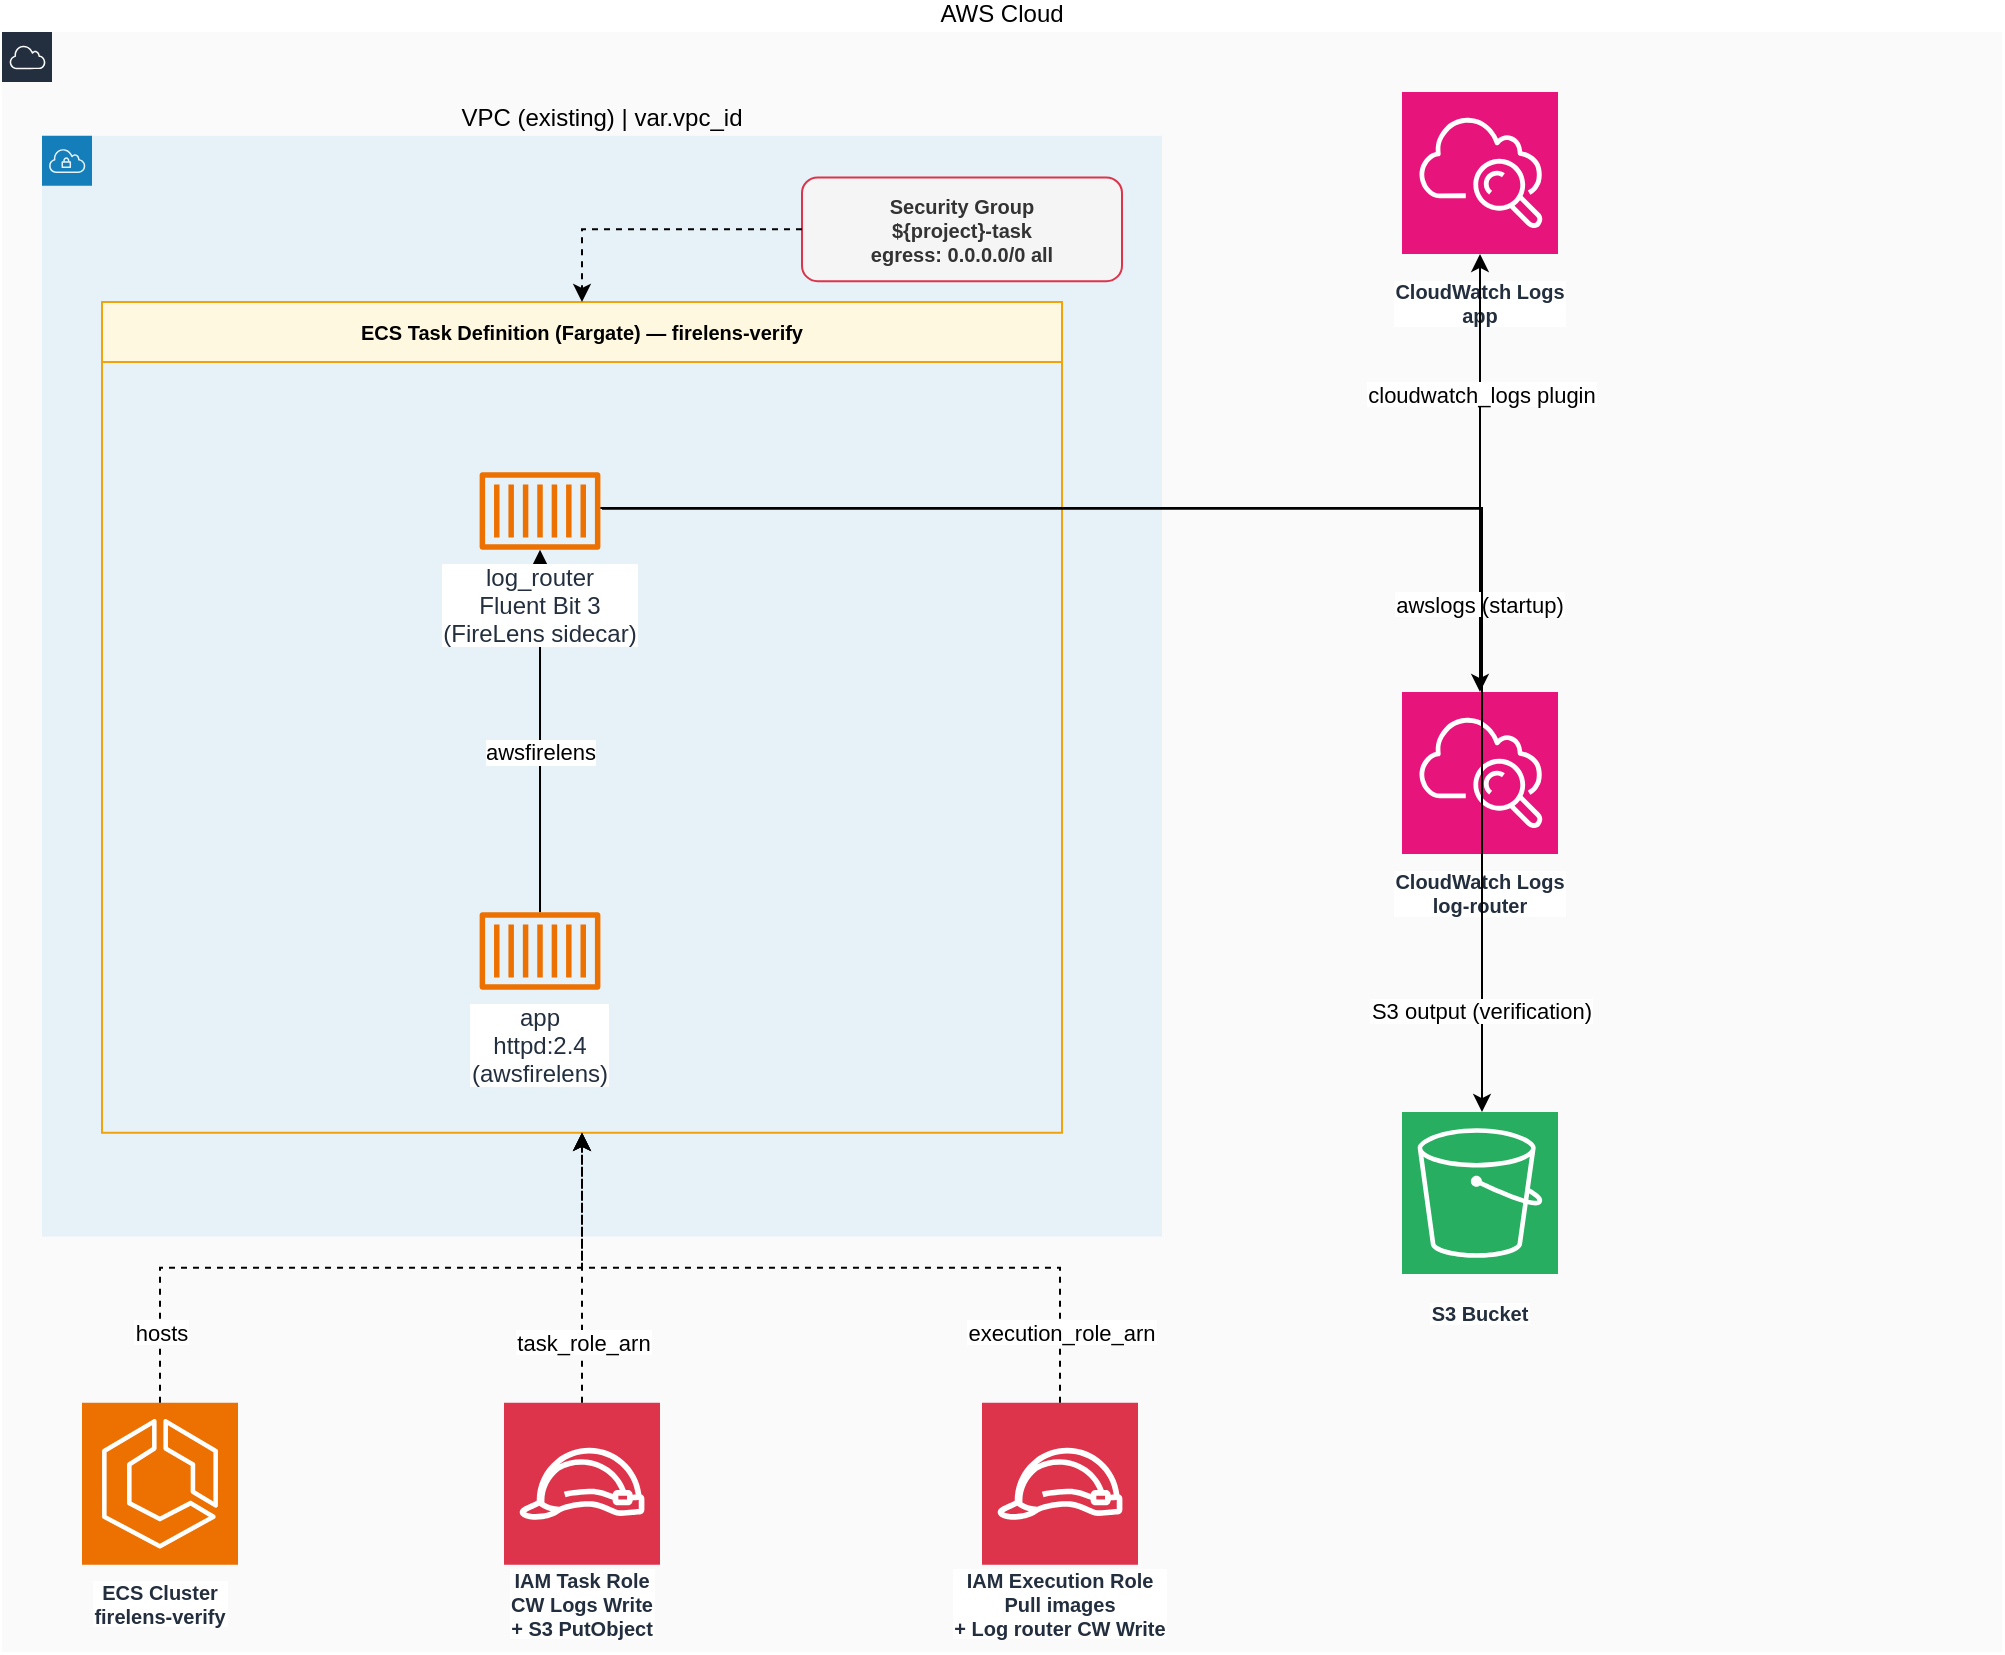
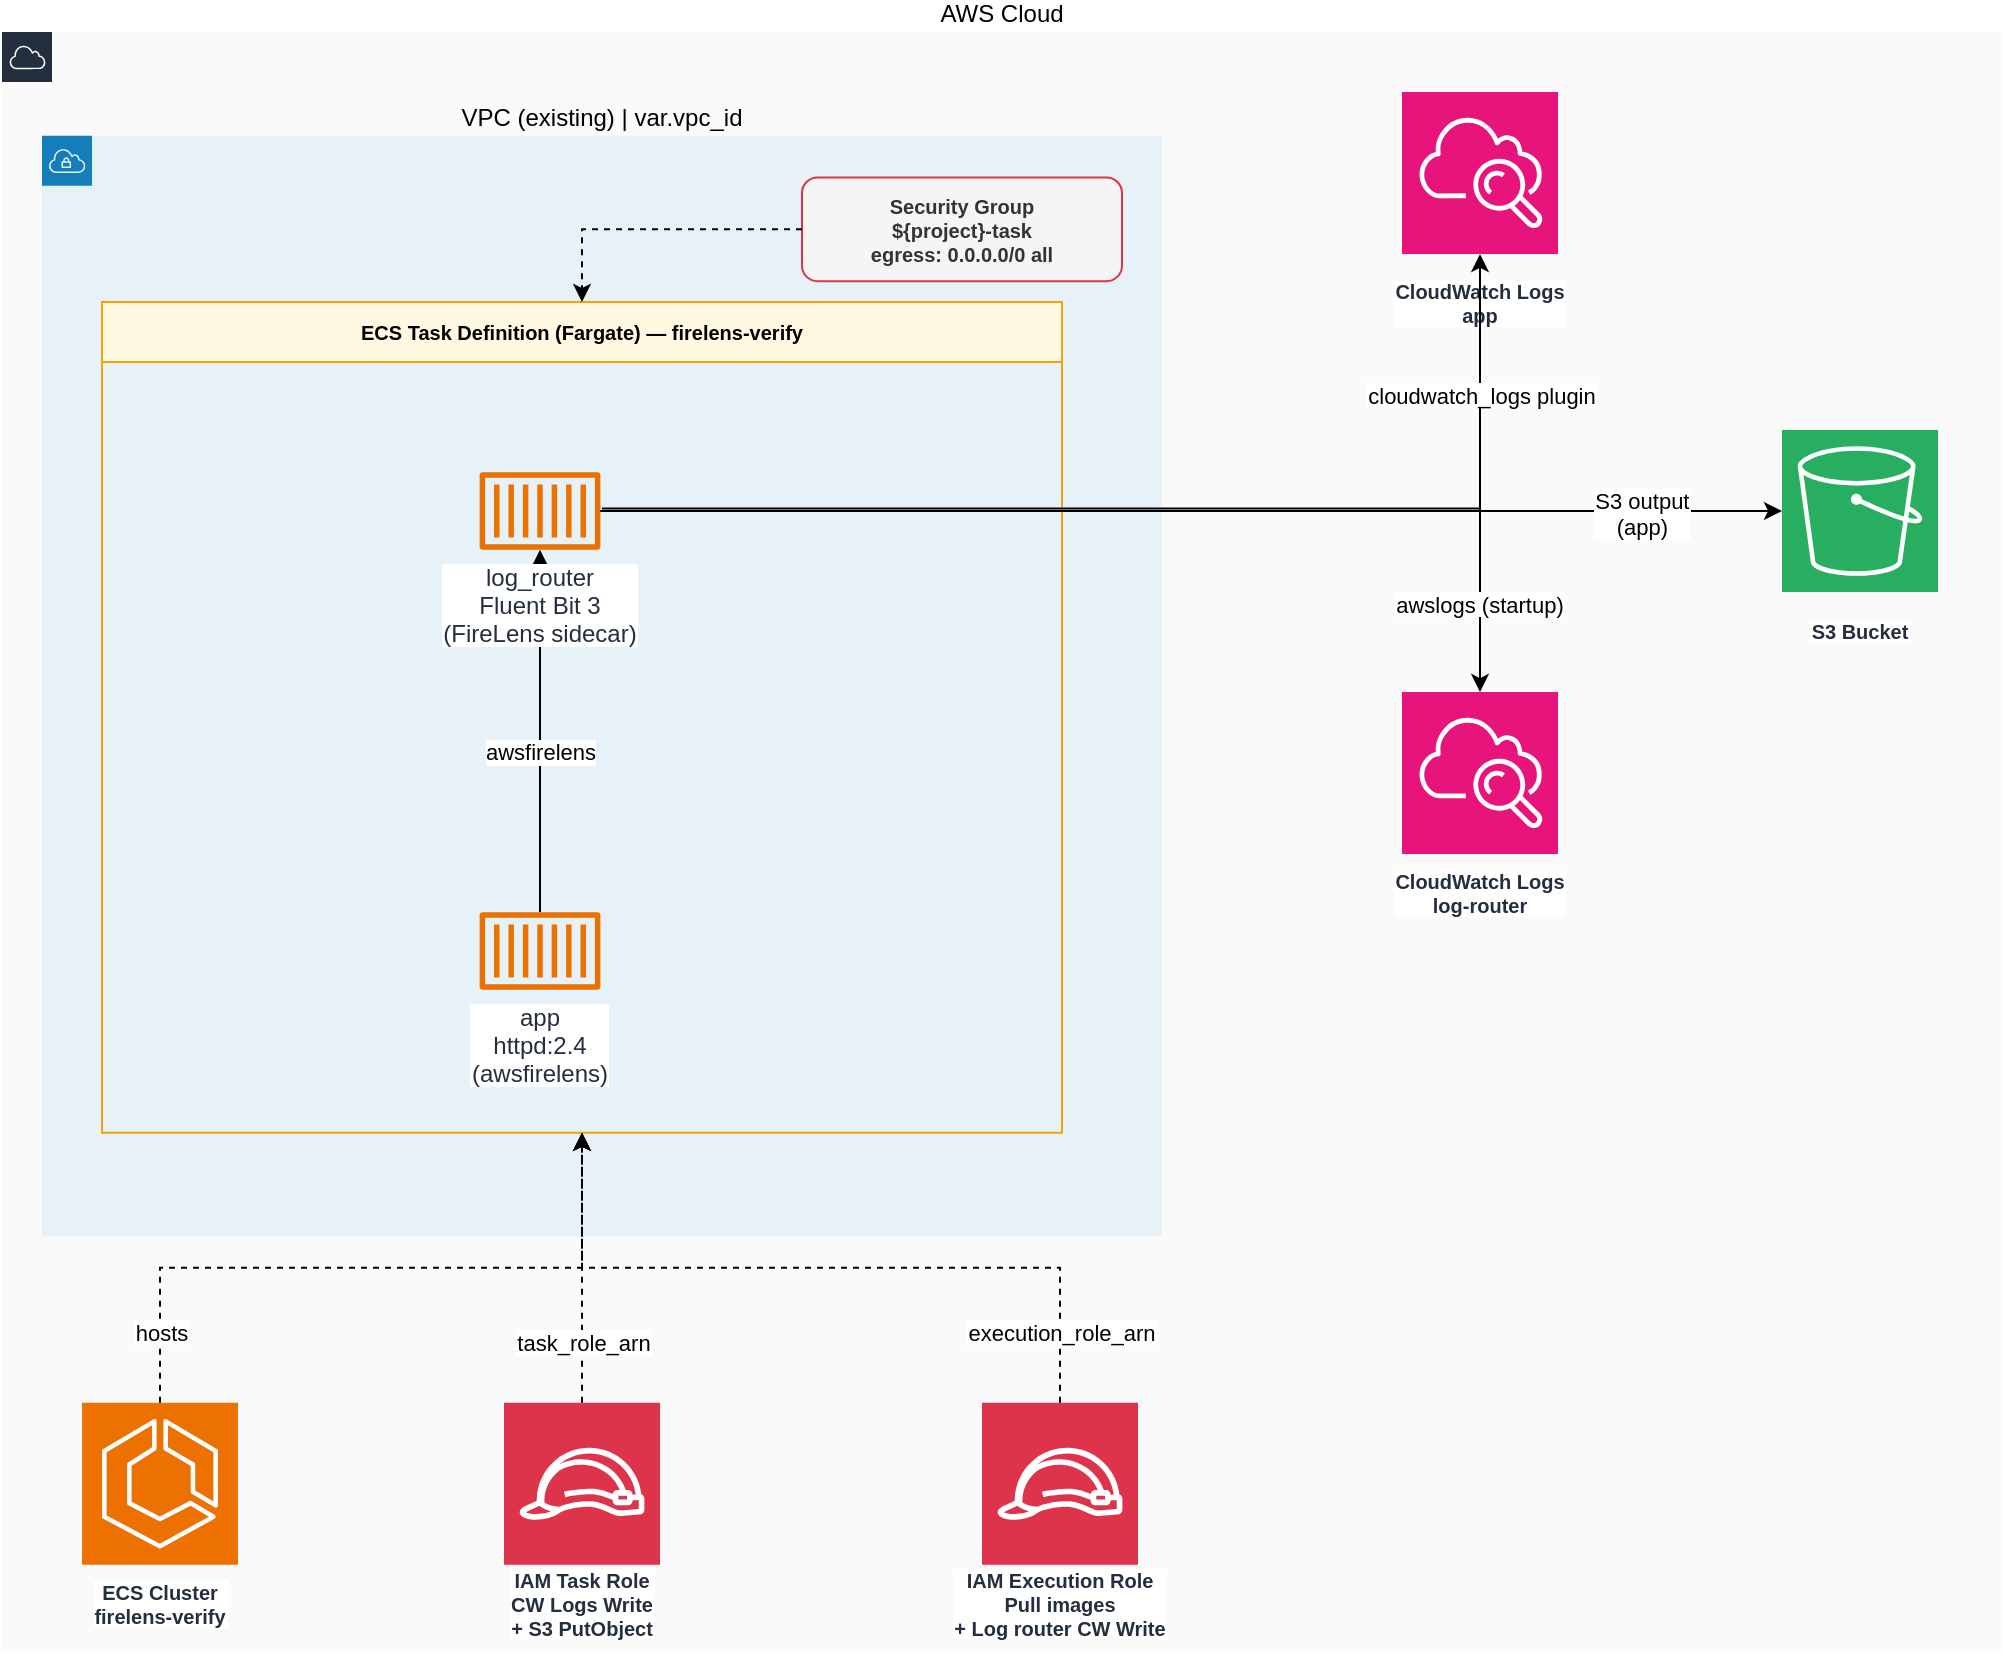
<mxfile host="65bd71144e">
    <diagram id="M9mVXk2_yEFTGEjhuk5M" name="ページ1">
-         <mxGraphModel dx="802" dy="513" grid="1" gridSize="10" guides="1" tooltips="1" connect="1" arrows="1" fold="1" page="1" pageScale="1" pageWidth="1169" pageHeight="827" math="0" shadow="0">
+         <mxGraphModel dx="482" dy="333" grid="1" gridSize="10" guides="1" tooltips="1" connect="1" arrows="1" fold="1" page="1" pageScale="1" pageWidth="1169" pageHeight="827" math="0" shadow="0">
            <root>
                <mxCell id="0"/>
                <mxCell id="1" parent="0"/>
                <mxCell id="aws_cloud" value="AWS Cloud" style="points=[[0,0],[0.25,0],[0.5,0],[0.75,0],[1,0],[1,0.25],[1,0.5],[1,0.75],[1,1],[0.75,1],[0.5,1],[0.25,1],[0,1],[0,0.75],[0,0.5],[0,0.25]];shape=mxgraph.aws4.group;grIcon=mxgraph.aws4.group_aws_cloud;grStroke=0;verticalLabelPosition=top;verticalAlign=bottom;fillColor=#FAFAFA;strokeColor=#232F3E;" parent="1" vertex="1">
                    <mxGeometry x="160" y="20" width="1000" height="810" as="geometry"/>
                </mxCell>
                <mxCell id="vpc" value="VPC (existing)  |  var.vpc_id" style="points=[[0,0],[0.25,0],[0.5,0],[0.75,0],[1,0],[1,0.25],[1,0.5],[1,0.75],[1,1],[0.75,1],[0.5,1],[0.25,1],[0,1],[0,0.75],[0,0.5],[0,0.25]];shape=mxgraph.aws4.group;grIcon=mxgraph.aws4.group_vpc;grStroke=0;verticalLabelPosition=top;verticalAlign=bottom;fillColor=#E6F2F8;strokeColor=#147EBA;" parent="aws_cloud" vertex="1">
                    <mxGeometry x="20" y="51.92307692307693" width="560" height="550.3846153846155" as="geometry"/>
                </mxCell>
                <mxCell id="sg_task" value="Security Group&#xa;${project}-task&#xa;egress: 0.0.0.0/0 all" style="rounded=1;whiteSpace=wrap;html=0;fillColor=#f5f5f5;strokeColor=#DD344C;fontColor=#333333;fontStyle=1;fontSize=10;" parent="vpc" vertex="1">
                    <mxGeometry x="380" y="20.76923076923077" width="160" height="51.92307692307693" as="geometry"/>
                </mxCell>
                <mxCell id="ecs_task_group" value="ECS Task Definition (Fargate) — firelens-verify" style="swimlane;startSize=30;fillColor=#fff8e1;strokeColor=#f0a30a;fontStyle=1;fontSize=10;" parent="vpc" vertex="1">
                    <mxGeometry x="30" y="83.07692307692308" width="480" height="415.3846153846154" as="geometry">
                        <mxRectangle x="30" y="80" width="250" height="30" as="alternateBounds"/>
                    </mxGeometry>
                </mxCell>
-                 <mxCell id="6" style="edgeStyle=none;html=1;" edge="1" parent="ecs_task_group" source="2" target="3">
+                 <mxCell id="6" style="edgeStyle=none;html=1;" parent="ecs_task_group" source="2" target="3" edge="1">
                    <mxGeometry relative="1" as="geometry"/>
                </mxCell>
-                 <mxCell id="7" value="&lt;span style=&quot;color: rgb(0, 0, 0);&quot;&gt;awsfirelens&lt;/span&gt;" style="edgeLabel;html=1;align=center;verticalAlign=middle;resizable=0;points=[];" vertex="1" connectable="0" parent="6">
+                 <mxCell id="7" value="&lt;span style=&quot;color: rgb(0, 0, 0);&quot;&gt;awsfirelens&lt;/span&gt;" style="edgeLabel;html=1;align=center;verticalAlign=middle;resizable=0;points=[];" parent="6" vertex="1" connectable="0">
                    <mxGeometry x="0.1931" relative="1" as="geometry">
                        <mxPoint y="28" as="offset"/>
                    </mxGeometry>
                </mxCell>
-                 <mxCell id="2" value="app&#xa;httpd:2.4&#xa;(awsfirelens)" style="sketch=0;outlineConnect=0;fontColor=#232F3E;gradientColor=none;fillColor=#ED7100;strokeColor=default;dashed=0;verticalLabelPosition=bottom;verticalAlign=top;align=center;fontSize=12;fontStyle=0;aspect=fixed;pointerEvents=1;shape=mxgraph.aws4.container_1;shadow=0;labelBackgroundColor=default;" vertex="1" parent="ecs_task_group">
+                 <mxCell id="2" value="app&#xa;httpd:2.4&#xa;(awsfirelens)" style="sketch=0;outlineConnect=0;fontColor=#232F3E;gradientColor=none;fillColor=#ED7100;strokeColor=default;dashed=0;verticalLabelPosition=bottom;verticalAlign=top;align=center;fontSize=12;fontStyle=0;aspect=fixed;pointerEvents=1;shape=mxgraph.aws4.container_1;shadow=0;labelBackgroundColor=default;" parent="ecs_task_group" vertex="1">
                    <mxGeometry x="188.81" y="305" width="60.39" height="39" as="geometry"/>
                </mxCell>
-                 <mxCell id="3" value="log_router&#xa;Fluent Bit 3&#xa;(FireLens sidecar)" style="sketch=0;outlineConnect=0;fontColor=#232F3E;gradientColor=none;fillColor=#ED7100;strokeColor=default;dashed=0;verticalLabelPosition=bottom;verticalAlign=top;align=center;fontSize=12;fontStyle=0;aspect=fixed;pointerEvents=1;shape=mxgraph.aws4.container_1;shadow=0;labelBackgroundColor=default;" vertex="1" parent="ecs_task_group">
+                 <mxCell id="3" value="log_router&#xa;Fluent Bit 3&#xa;(FireLens sidecar)" style="sketch=0;outlineConnect=0;fontColor=#232F3E;gradientColor=none;fillColor=#ED7100;strokeColor=default;dashed=0;verticalLabelPosition=bottom;verticalAlign=top;align=center;fontSize=12;fontStyle=0;aspect=fixed;pointerEvents=1;shape=mxgraph.aws4.container_1;shadow=0;labelBackgroundColor=default;" parent="ecs_task_group" vertex="1">
                    <mxGeometry x="188.81" y="85" width="60.39" height="39" as="geometry"/>
                </mxCell>
                <mxCell id="ecs_cluster" value="ECS Cluster&#xa;firelens-verify" style="shape=mxgraph.aws4.resourceIcon;resIcon=mxgraph.aws4.ecs;labelBackgroundColor=#ffffff;sketch=0;fontStyle=1;fontSize=10;fillColor=#ED7100;strokeColor=#ffffff;fontColor=#232F3E;spacingBottom=-120;" parent="aws_cloud" vertex="1">
                    <mxGeometry x="40" y="685.3846153846155" width="78" height="81" as="geometry"/>
                </mxCell>
                <mxCell id="cw_app" value="CloudWatch Logs&#xa;app" style="shape=mxgraph.aws4.resourceIcon;resIcon=mxgraph.aws4.cloudwatch;labelBackgroundColor=#ffffff;sketch=0;fontStyle=1;fontSize=10;fillColor=#E7157B;strokeColor=#ffffff;fontColor=#232F3E;spacingBottom=-130;" parent="aws_cloud" vertex="1">
                    <mxGeometry x="700" y="29.99769230769231" width="78" height="81" as="geometry"/>
                </mxCell>
                <mxCell id="s3_logs" value="S3 Bucket" style="shape=mxgraph.aws4.resourceIcon;resIcon=mxgraph.aws4.s3;labelBackgroundColor=#ffffff;sketch=0;fontStyle=1;fontSize=10;fillColor=#27AE60;strokeColor=#ffffff;fontColor=#232F3E;spacingBottom=-120;" parent="aws_cloud" vertex="1">
-                     <mxGeometry x="700" y="540.0015384615385" width="78" height="81" as="geometry"/>
+                     <mxGeometry x="890" y="199.00153846153853" width="78" height="81" as="geometry"/>
                </mxCell>
                <mxCell id="iam_task_role" value="IAM Task Role&#xa;CW Logs Write&#xa;+ S3 PutObject" style="shape=mxgraph.aws4.resourceIcon;resIcon=mxgraph.aws4.role;labelBackgroundColor=#ffffff;sketch=0;fontStyle=1;fontSize=10;fillColor=#DD344C;strokeColor=#ffffff;fontColor=#232F3E;spacingBottom=-120;" parent="aws_cloud" vertex="1">
                    <mxGeometry x="251" y="685.3846153846155" width="78" height="81" as="geometry"/>
                </mxCell>
                <mxCell id="iam_exec_role" value="IAM Execution Role&#xa;Pull images&#xa;+ Log router CW Write" style="shape=mxgraph.aws4.resourceIcon;resIcon=mxgraph.aws4.role;labelBackgroundColor=#ffffff;sketch=0;fontStyle=1;fontSize=10;fillColor=#DD344C;strokeColor=#ffffff;fontColor=#232F3E;spacingBottom=-120;" parent="aws_cloud" vertex="1">
                    <mxGeometry x="490" y="685.3846153846155" width="78" height="81" as="geometry"/>
                </mxCell>
                <mxCell id="cw_router" value="CloudWatch Logs&#xa;log-router" style="shape=mxgraph.aws4.resourceIcon;resIcon=mxgraph.aws4.cloudwatch;labelBackgroundColor=#ffffff;sketch=0;fontStyle=1;fontSize=10;fillColor=#E7157B;strokeColor=#ffffff;fontColor=#232F3E;spacingBottom=-120;" parent="aws_cloud" vertex="1">
                    <mxGeometry x="700" y="330.0038461538462" width="78" height="81" as="geometry"/>
                </mxCell>
                <mxCell id="e3" value="awslogs (startup)" style="edgeStyle=orthogonalEdgeStyle;rounded=0;orthogonalLoop=1;jettySize=auto;exitX=1.013;exitY=0.469;exitDx=0;exitDy=0;exitPerimeter=0;" parent="aws_cloud" source="3" target="cw_router" edge="1">
                    <mxGeometry x="0.8335" relative="1" as="geometry">
                        <mxPoint as="offset"/>
                        <mxPoint x="308" y="237.79999999999995" as="sourcePoint"/>
                    </mxGeometry>
                </mxCell>
-                 <mxCell id="e2" value="cloudwatch_logs plugin" style="edgeStyle=orthogonalEdgeStyle;rounded=0;orthogonalLoop=1;jettySize=auto;exitX=1.013;exitY=0.469;exitDx=0;exitDy=0;exitPerimeter=0;" parent="aws_cloud" source="3" target="cw_app" edge="1">
+                 <mxCell id="e2" value="cloudwatch_logs plugin" style="edgeStyle=orthogonalEdgeStyle;rounded=0;orthogonalLoop=1;jettySize=auto;" parent="aws_cloud" source="3" target="cw_app" edge="1">
                    <mxGeometry x="0.7526" y="-1" relative="1" as="geometry">
                        <mxPoint as="offset"/>
                        <mxPoint x="308" y="237.79999999999995" as="sourcePoint"/>
                    </mxGeometry>
                </mxCell>
-                 <mxCell id="e4" value="S3 output (verification)" style="edgeStyle=orthogonalEdgeStyle;rounded=0;orthogonalLoop=1;jettySize=auto;" parent="aws_cloud" source="3" target="s3_logs" edge="1">
-                     <mxGeometry x="0.8638" relative="1" as="geometry">
+                 <mxCell id="e4" value="S3 output&#xa;(app)" style="edgeStyle=orthogonalEdgeStyle;rounded=0;orthogonalLoop=1;jettySize=auto;" parent="aws_cloud" source="3" target="s3_logs" edge="1">
+                     <mxGeometry x="0.763" relative="1" as="geometry">
                        <Array as="points">
-                             <mxPoint x="740" y="238"/>
+                             <mxPoint x="920" y="238"/>
                        </Array>
-                         <mxPoint as="offset"/>
+                         <mxPoint y="1" as="offset"/>
                        <mxPoint x="308" y="237.79999999999995" as="sourcePoint"/>
                    </mxGeometry>
                </mxCell>
                <mxCell id="e5" value="task_role_arn" style="edgeStyle=orthogonalEdgeStyle;dashed=1;rounded=0;orthogonalLoop=1;jettySize=auto;" parent="1" source="iam_task_role" target="ecs_task_group" edge="1">
                    <mxGeometry x="-0.5464" y="-1" relative="1" as="geometry">
                        <mxPoint as="offset"/>
                    </mxGeometry>
                </mxCell>
                <mxCell id="e6" value="execution_role_arn" style="edgeStyle=orthogonalEdgeStyle;dashed=1;rounded=0;orthogonalLoop=1;jettySize=auto;" parent="1" source="iam_exec_role" target="ecs_task_group" edge="1">
                    <mxGeometry x="-0.8108" y="-1" relative="1" as="geometry">
                        <mxPoint as="offset"/>
                    </mxGeometry>
                </mxCell>
                <mxCell id="e7" value="" style="edgeStyle=orthogonalEdgeStyle;dashed=1;rounded=0;orthogonalLoop=1;jettySize=auto;" parent="1" source="sg_task" target="ecs_task_group" edge="1">
                    <mxGeometry relative="1" as="geometry">
                        <Array as="points">
                            <mxPoint x="450" y="119"/>
                        </Array>
                    </mxGeometry>
                </mxCell>
                <mxCell id="e8" value="hosts" style="edgeStyle=orthogonalEdgeStyle;dashed=1;rounded=0;orthogonalLoop=1;jettySize=auto;" parent="1" source="ecs_cluster" target="ecs_task_group" edge="1">
                    <mxGeometry x="-0.7955" y="-1" relative="1" as="geometry">
                        <mxPoint as="offset"/>
                    </mxGeometry>
                </mxCell>
            </root>
        </mxGraphModel>
    </diagram>
</mxfile>